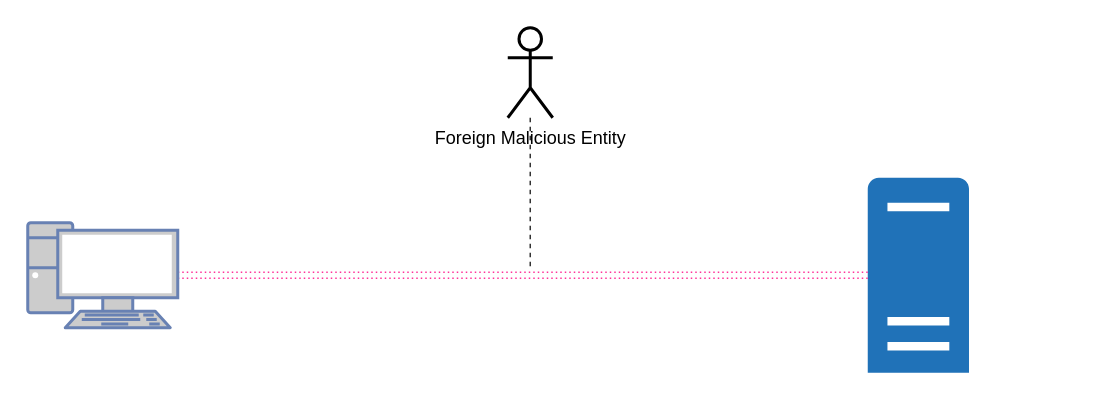
This is page "bank-server" (3 of 3) of assets/asymmetric_enc.drawio from aditya109/journey-CKA, a draw.io file, before an edit. Source tidied: cells renumbered, new cells numbered last; positions are measured from the earlier drawing's top-left corner, leaving out a move shared by most shapes. Both pictures are drawn from the tidied source at 150%, with x=0, y=0 at pixel (27, 27).
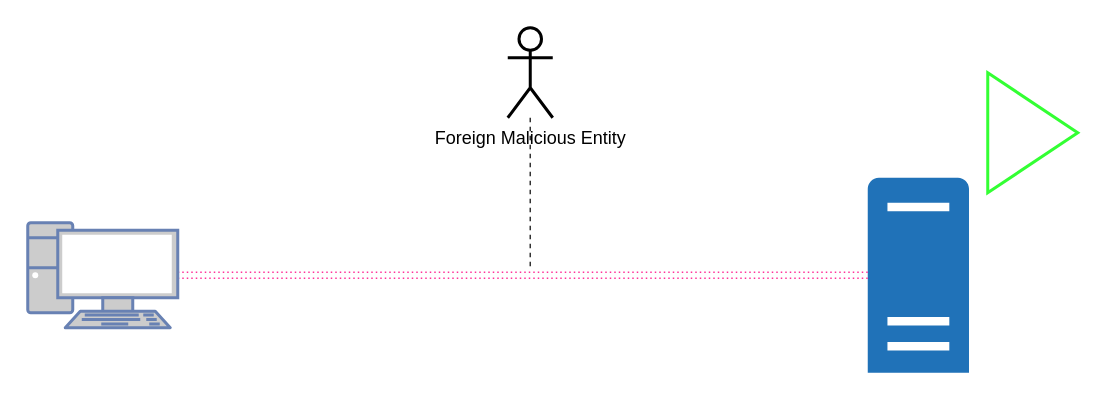
Above is the later version.

What changed in the source:
```diff
@@
 <mxGraphModel>
   <root>
     <mxCell id="0" />
     <mxCell id="1" parent="0" />
     <mxCell id="2" style="edgeStyle=orthogonalEdgeStyle;rounded=0;jettySize=auto;html=1;dashed=1;endArrow=none;endFill=0;strokeColor=#333333;" parent="1" edge="1" source="3">
       <mxGeometry relative="1" as="geometry">
         <mxPoint x="335" y="160" as="targetPoint" />
       </mxGeometry>
     </mxCell>
     <mxCell id="3" value="Foreign Malicious Entity" style="shape=umlActor;verticalLabelPosition=bottom;verticalAlign=top;html=1;outlineConnect=0;strokeWidth=2;" parent="1" vertex="1">
       <mxGeometry x="320" width="30" height="60" as="geometry" />
     </mxCell>
     <mxCell id="4" style="shadow=0;dashed=0;html=1;strokeColor=none;labelPosition=center;verticalLabelPosition=bottom;verticalAlign=top;outlineConnect=0;align=center;shape=mxgraph.office.servers.physical_host;fillColor=#2072B8;" parent="1" vertex="1">
       <mxGeometry x="560" y="100" width="67.5" height="130" as="geometry" />
     </mxCell>
     <mxCell id="5" style="edgeStyle=orthogonalEdgeStyle;rounded=0;jettySize=auto;html=1;dashed=1;shape=link;strokeColor=#FF3399;dashPattern=1 2;" parent="1" edge="1" source="6" target="4">
       <mxGeometry relative="1" as="geometry" />
     </mxCell>
     <mxCell id="6" style="fontColor=#0066CC;verticalAlign=top;verticalLabelPosition=bottom;labelPosition=center;align=center;html=1;outlineConnect=0;fillColor=#CCCCCC;strokeColor=#6881B3;gradientColor=none;gradientDirection=north;strokeWidth=2;shape=mxgraph.networks.pc;" parent="1" vertex="1">
       <mxGeometry y="130" width="100" height="70" as="geometry" />
     </mxCell>
+    <mxCell id="7" style="triangle;whiteSpace=wrap;html=1;strokeColor=#33FF33;strokeWidth=2;" parent="1" vertex="1">
+      <mxGeometry x="640" y="30" width="60" height="80" as="geometry" />
+    </mxCell>
   </root>
 </mxGraphModel>
```
